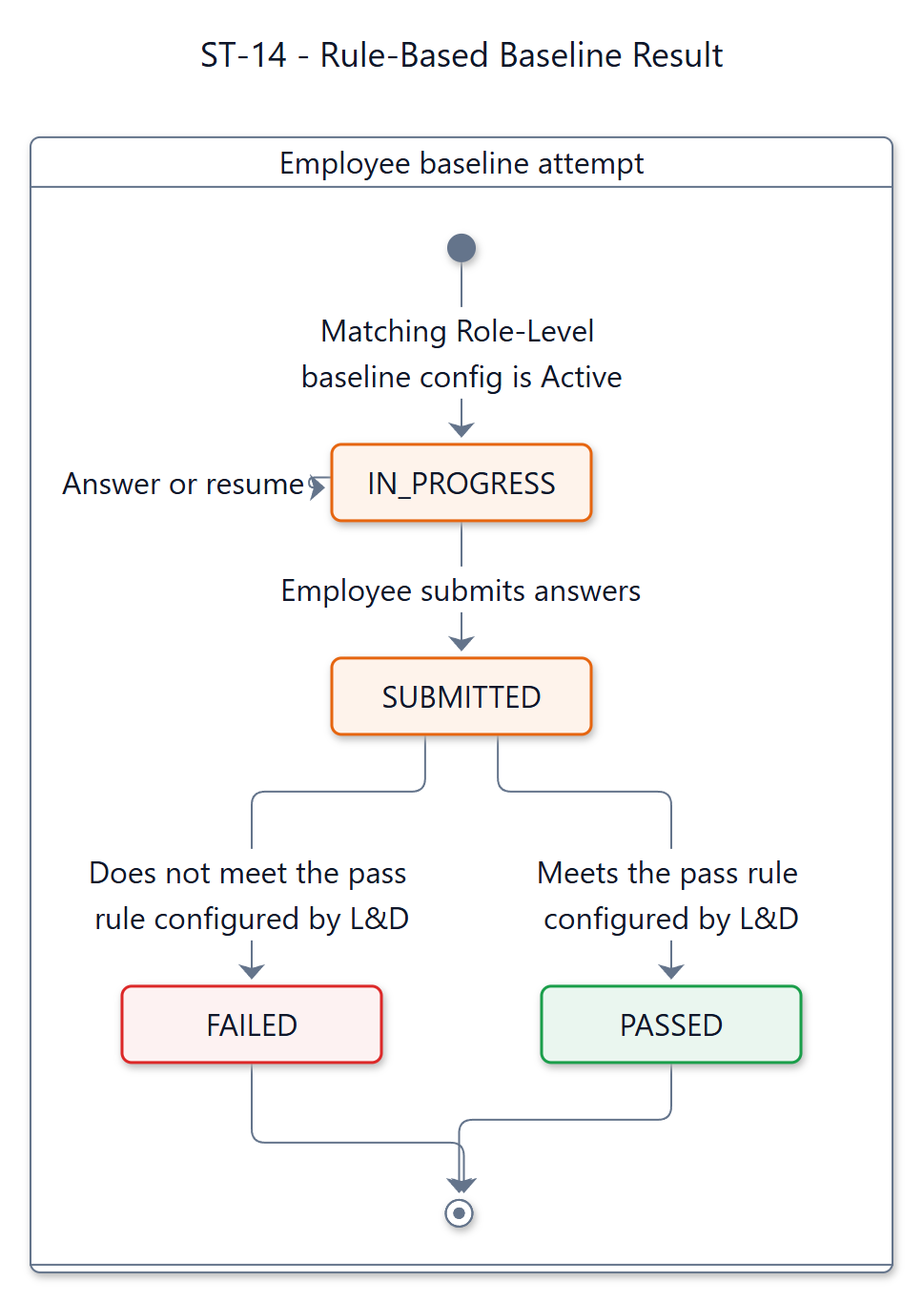
The Mermaid diagram documents/diagrams/mermaid/st-14.png in SEP490-Fall-2026-GFA26SE64/SEP490, before a commit. Its source is kept beside it as documents/diagrams/mermaid/st-14.mmd.
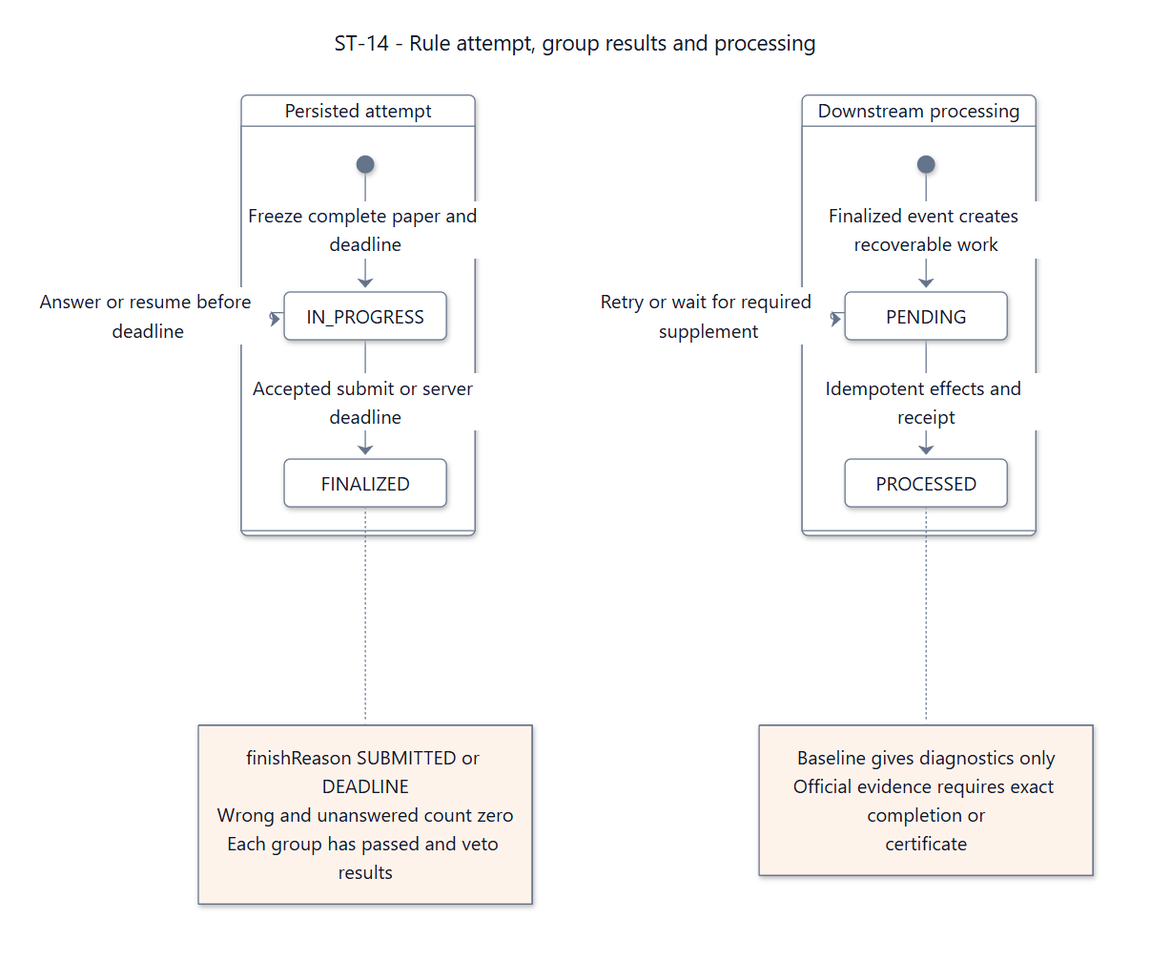
Later version of the same file.

The edit, as a diff of the source:
```diff
@@ -1,26 +1,31 @@
 ---
-title: "ST-14 - Rule-Based Baseline Result"
+title: "ST-14 - Rule attempt, group results and processing"
 config: {"theme":"base","fontFamily":"Segoe UI, Arial, sans-serif","themeVariables":{"fontFamily":"Segoe UI, Arial, sans-serif","fontSize":"16px","primaryColor":"#ffffff","primaryTextColor":"#0f1729","primaryBorderColor":"#64748b","secondaryColor":"#fef3eb","tertiaryColor":"#ffffff","lineColor":"#64748b","textColor":"#0f1729","mainBkg":"#ffffff","background":"#ffffff","clusterBkg":"#ffffff","clusterBorder":"#64748b","edgeLabelBackground":"#ffffff","titleColor":"#0f1729","noteBkgColor":"#fef3eb","noteTextColor":"#0f1729","noteBorderColor":"#e6650f","labelColor":"#0f1729","compositeBackground":"#ffffff","compositeTitleBackground":"#ffffff","compositeBorder":"#64748b","altBackground":"#ffffff","nodeBorder":"#64748b","nodeTextColor":"#0f1729","cScale0":"#ffffff","cScaleLabel0":"#0f1729","cScale1":"#ffffff","cScaleLabel1":"#0f1729","cScale2":"#ffffff","cScaleLabel2":"#0f1729","cScale3":"#ffffff","cScaleLabel3":"#0f1729","cScale4":"#ffffff","cScaleLabel4":"#0f1729","cScale5":"#ffffff","cScaleLabel5":"#0f1729","cScale6":"#ffffff","cScaleLabel6":"#0f1729","cScale7":"#ffffff","cScaleLabel7":"#0f1729","cScale8":"#ffffff","cScaleLabel8":"#0f1729","cScale9":"#ffffff","cScaleLabel9":"#0f1729","cScale10":"#ffffff","cScaleLabel10":"#0f1729","cScale11":"#ffffff","cScaleLabel11":"#0f1729","secondaryBorderColor":"#64748b","tertiaryBorderColor":"#64748b","secondaryTextColor":"#0f1729","tertiaryTextColor":"#0f1729"},"state":{"nodeSpacing":42,"rankSpacing":64,"padding":16,"fontSize":16,"wrappingWidth":250},"look":"neo"}
 ---
+
 stateDiagram-v2
   direction TB
-  state "Employee baseline attempt" as Group0 {
+  state "Persisted attempt" as Attempt {
     state "IN_PROGRESS" as progress
-    state "SUBMITTED" as submitted
-    state "PASSED" as passed
-    state "FAILED" as failed
-    [*] --> progress : Matching Role-Level baseline config is Active
-    progress --> progress : Answer or resume
-    progress --> submitted : Employee submits answers
-    submitted --> passed : Meets the pass rule configured by L&D
-    submitted --> failed : Does not meet the pass rule configured by L&D
-    passed --> [*]
-    failed --> [*]
+    state "FINALIZED" as finalized
+    [*] --> progress : Freeze complete paper and deadline
+    progress --> progress : Answer or resume before deadline
+    progress --> finalized : Accepted submit or server deadline
   }
-  classDef accepted fill:#eaf6ef,stroke:#1a9e4a,color:#0f1729,stroke-width:1.5px
-  classDef attention fill:#fdf2f2,stroke:#dc2828,color:#0f1729,stroke-width:1.5px
-  classDef working fill:#fef3eb,stroke:#e6650f,color:#0f1729,stroke-width:1.5px
-  class progress working
-  class submitted working
-  class passed accepted
-  class failed attention
+  state "Downstream processing" as Processing {
+    state "PENDING" as pending
+    state "PROCESSED" as processed
+    [*] --> pending : Finalized event creates recoverable work
+    pending --> pending : Retry or wait for required supplement
+    pending --> processed : Idempotent effects and receipt
+  }
+  note right of finalized
+    finishReason SUBMITTED or DEADLINE
+    Wrong and unanswered count zero
+    Each group has passed and veto results
+  end note
+  note right of processed
+    Baseline gives diagnostics only
+    Official evidence requires exact completion or
+    certificate
+  end note
```
